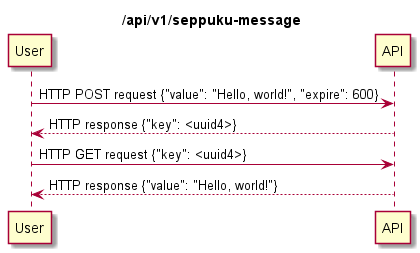
stumelius/self-destructing-messages-api keeps this PlantUML diagram as docs/seppuku-message_sequence.png. Above is the earlier version.
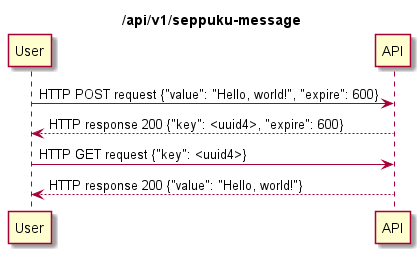
After the change.

Commit message:
Add /api/v1/seppuku-message REST API (#2)

What changed in the source:
```diff
@@ -3,9 +3,9 @@
 title /api/v1/seppuku-message
 
 User -> API: HTTP POST request {"value": "Hello, world!", "expire": 600}
-API --> User: HTTP response {"key": <uuid4>}
+API --> User: HTTP response 200 {"key": <uuid4>, "expire": 600}
 
 
 User -> API: HTTP GET request {"key": <uuid4>}
-User <-- API: HTTP response {"value": "Hello, world!"}
+User <-- API: HTTP response 200 {"value": "Hello, world!"}
 @enduml
```
